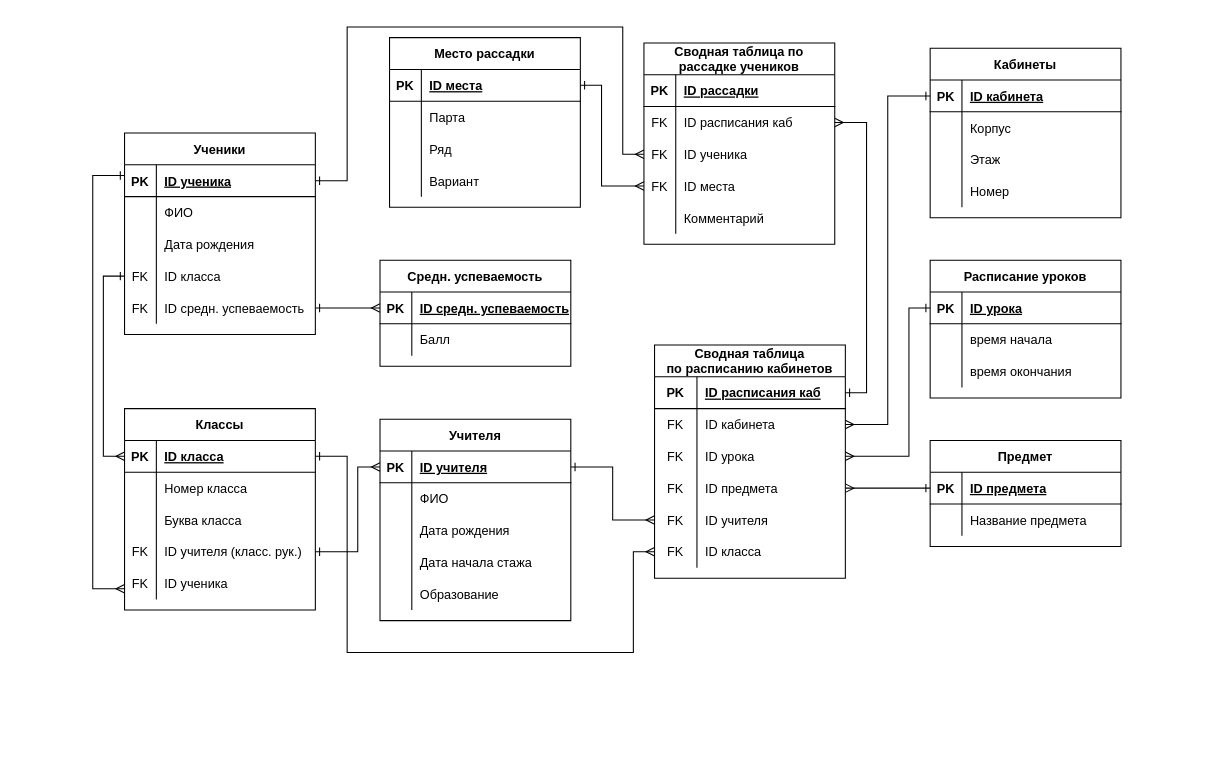
afinyshka/HomeWork_C keeps this draw.io diagram as Дз-3.1_АксеноваМП.drawio. Above is the earlier version. Source tidied: cells renumbered, new cells numbered last; positions are measured from the earlier drawing's top-left corner, leaving out a move shared by most shapes. Both pictures are drawn from the tidied source at 106%, with x=0, y=0 at pixel (92, 26).
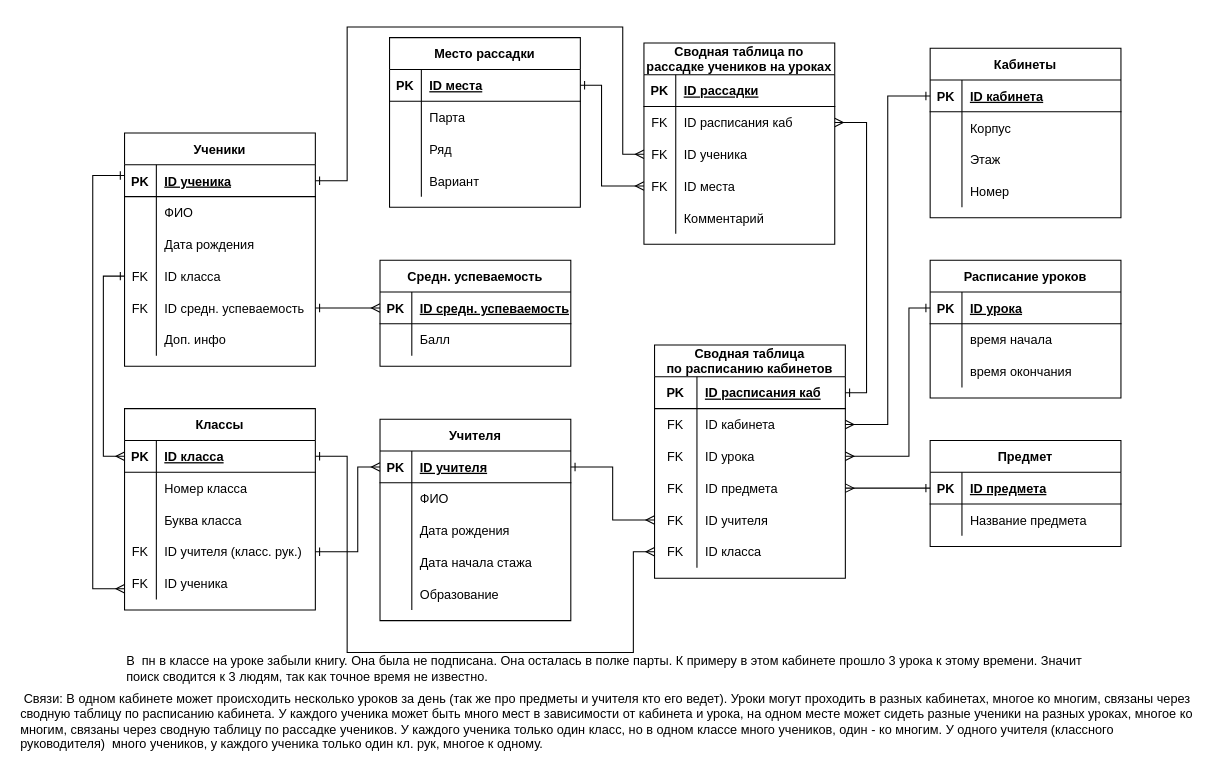
The same page after the edit.

Change to the diagram source:
```diff
@@
     <mxCell id="2" value="Ученики" style="shape=table;startSize=30;childLayout=tableLayout;rowLines=0;fontStyle=1;align=center;" parent="1" vertex="1">
-      <mxGeometry x="30" y="100" width="180" height="190" as="geometry" />
+      <mxGeometry x="30" y="100" width="180" height="220" as="geometry" />
     </mxCell>
@@
+    <mxCell id="147" style="shape=tableRow;horizontal=0;startSize=0;swimlaneHead=0;swimlaneBody=0;fillColor=none;top=0;left=0;right=0;bottom=0;" parent="2" vertex="1">
+      <mxGeometry y="180" width="180" height="30" as="geometry" />
+    </mxCell>
+    <mxCell id="148" style="shape=partialRectangle;fillColor=none;top=0;left=0;bottom=0;right=0;overflow=hidden;" parent="147" vertex="1">
+      <mxGeometry width="30" height="30" as="geometry" />
+    </mxCell>
+    <mxCell id="149" value="Доп. инфо" style="shape=partialRectangle;fillColor=none;top=0;left=0;bottom=0;right=0;align=left;spacingLeft=6;overflow=hidden;" parent="147" vertex="1">
+      <mxGeometry x="30" width="150" height="30" as="geometry" />
+    </mxCell>
@@
-    <mxCell id="122" value="Сводная таблица по &#10;рассадке учеников" style="shape=table;startSize=30;childLayout=tableLayout;rowLines=0;fontStyle=1;align=center;" parent="1" vertex="1">
+    <mxCell id="122" value="Сводная таблица по &#10;рассадке учеников на уроках" style="shape=table;startSize=30;childLayout=tableLayout;rowLines=0;fontStyle=1;align=center;" parent="1" vertex="1">
       <mxGeometry x="520" y="15" width="180" height="190" as="geometry" />
     </mxCell>
@@
+    <mxCell id="150" value="В &amp;nbsp;пн в классе на уроке забыли книгу. Она была не подписана. Она осталась в полке парты. К примеру в этом кабинете прошло 3 урока к этому времени. Значит поиск сводится к 3 людям, так как точное время не известно.&amp;nbsp;" style="text;html=1;strokeColor=none;fillColor=none;align=left;verticalAlign=middle;whiteSpace=wrap;rounded=0;" parent="1" vertex="1">
+      <mxGeometry x="30" y="590" width="920" height="30" as="geometry" />
+    </mxCell>
+    <mxCell id="151" value="&amp;nbsp;Связи: В одном кабинете может происходить несколько уроков за день (так же про предметы и учителя кто его ведет). Уроки могут проходить в разных кабинетах, многое ко многим, связаны через сводную таблицу по расписанию кабинета. У каждого ученика может быть много мест в зависимости от кабинета и урока, на одном месте может сидеть разные ученики на разных уроках, многое ко многим, связаны через сводную таблицу по рассадке учеников. У каждого ученика только один класс, но в одном классе много учеников, один - ко многим. У одного учителя (классного руководителя) &amp;nbsp;много учеников, у каждого ученика только один кл. рук, многое к одному.&amp;nbsp;" style="text;html=1;strokeColor=none;fillColor=none;align=left;verticalAlign=middle;whiteSpace=wrap;rounded=0;" parent="1" vertex="1">
+      <mxGeometry x="-70" y="630" width="1110" height="50" as="geometry" />
+    </mxCell>
```
